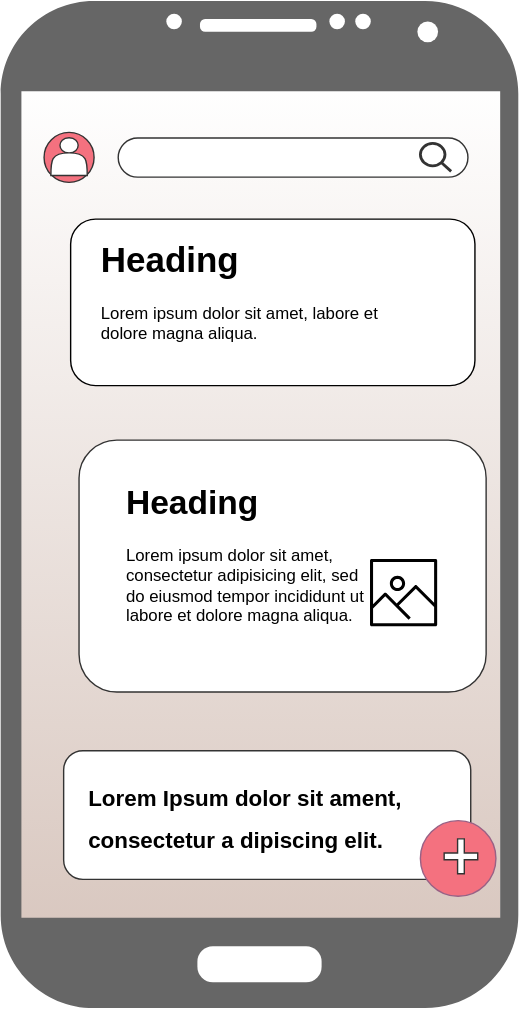
This is readmeAssets/mainView.svg from pranavm7/UniConnect, a draw.io export, as it was before one commit. Source tidied: cells renumbered, new cells last; positions are measured from the earlier drawing's top-left corner, leaving out a move shared by most shapes.
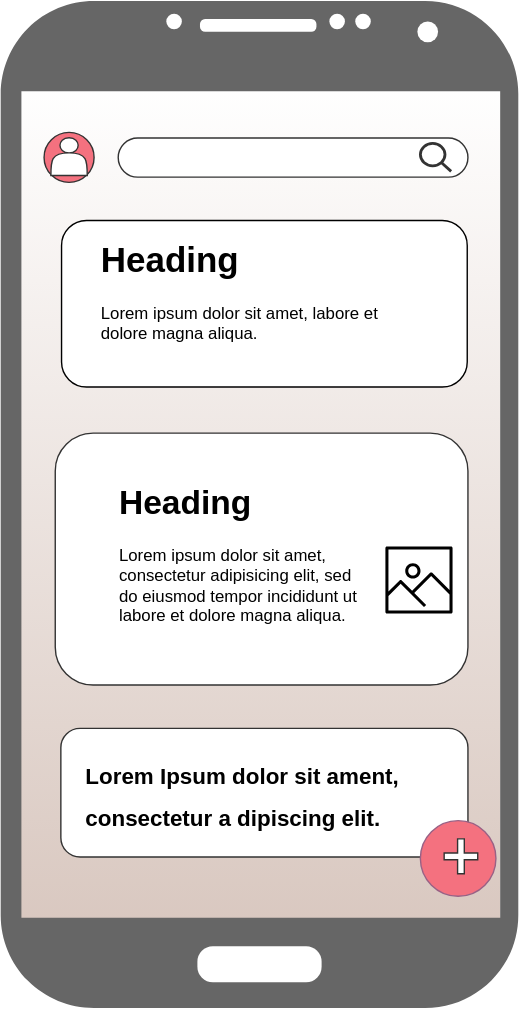
The same diagram one commit later.

Diff of the diagram source:
```diff
@@ -2,56 +2,56 @@
   <root>
     <mxCell id="0" />
     <mxCell id="1" parent="0" />
-    <mxCell id="2" style="rounded=0;whiteSpace=wrap;html=1;fontFamily=Helvetica;fontSize=25;fontColor=default;fillColor=#D9C8C0;gradientColor=#ffffff;strokeColor=none;gradientDirection=north;" parent="1" vertex="1">
-      <mxGeometry x="12" y="56" width="345" height="605" as="geometry" />
-    </mxCell>
-    <mxCell id="3" style="verticalLabelPosition=bottom;verticalAlign=top;html=1;shadow=0;dashed=0;strokeWidth=1;shape=mxgraph.android.phone2;strokeColor=none;fillColor=#666666;" parent="1" vertex="1">
-      <mxGeometry width="370" height="720" as="geometry" />
-    </mxCell>
-    <mxCell id="4" style="rounded=1;whiteSpace=wrap;html=1;strokeColor=default;fillColor=#FFFFFF;" parent="1" vertex="1">
-      <mxGeometry x="50" y="156" width="289" height="119" as="geometry" />
-    </mxCell>
-    <mxCell id="5" style="rounded=1;whiteSpace=wrap;html=1;strokeColor=#333333;fillColor=#FFFFFF;" parent="1" vertex="1">
-      <mxGeometry x="56" y="314" width="291" height="180" as="geometry" />
-    </mxCell>
-    <mxCell id="6" style="rounded=1;whiteSpace=wrap;html=1;strokeColor=#333333;fillColor=#FFFFFF;" parent="1" vertex="1">
-      <mxGeometry x="45" y="536" width="291" height="92" as="geometry" />
-    </mxCell>
+    <mxCell id="19" style="rounded=0;whiteSpace=wrap;html=1;fontFamily=Helvetica;fontSize=25;fontColor=default;fillColor=#D9C8C0;gradientColor=#ffffff;strokeColor=none;gradientDirection=north;" parent="1" vertex="1">
+      <mxGeometry x="-58" y="-44" width="345" height="605" as="geometry" />
+    </mxCell>
+    <mxCell id="20" style="verticalLabelPosition=bottom;verticalAlign=top;html=1;shadow=0;dashed=0;strokeWidth=1;shape=mxgraph.android.phone2;strokeColor=none;fillColor=#666666;" parent="1" vertex="1">
+      <mxGeometry x="-70" y="-100" width="370" height="720" as="geometry" />
+    </mxCell>
+    <mxCell id="21" style="rounded=1;whiteSpace=wrap;html=1;strokeColor=default;fillColor=#FFFFFF;" parent="1" vertex="1">
+      <mxGeometry x="-26.5" y="57" width="290" height="119" as="geometry" />
+    </mxCell>
+    <mxCell id="22" style="rounded=1;whiteSpace=wrap;html=1;strokeColor=#333333;fillColor=#FFFFFF;" parent="1" vertex="1">
+      <mxGeometry x="-31" y="209" width="295" height="180" as="geometry" />
+    </mxCell>
+    <mxCell id="23" style="rounded=1;whiteSpace=wrap;html=1;strokeColor=#333333;fillColor=#FFFFFF;" parent="1" vertex="1">
+      <mxGeometry x="-27" y="420" width="291" height="92" as="geometry" />
+    </mxCell>
     <mxCell id="7" value="&lt;h1&gt;Heading&lt;/h1&gt;&lt;p&gt;Lorem ipsum dolor sit amet, consectetur adipisicing elit, sed do eiusmod tempor incididunt ut labore et dolore magna aliqua.&lt;/p&gt;" style="text;html=1;strokeColor=none;fillColor=#FFFFFF;spacing=5;spacingTop=-20;whiteSpace=wrap;overflow=hidden;rounded=0;" parent="1" vertex="1">
-      <mxGeometry x="85" y="339" width="190" height="120" as="geometry" />
+      <mxGeometry x="10" y="239" width="190" height="120" as="geometry" />
     </mxCell>
     <mxCell id="8" value="&lt;h1&gt;&lt;font style=&quot;font-size: 25px&quot;&gt;Heading&lt;/font&gt;&lt;/h1&gt;&lt;p&gt;Lorem ipsum dolor sit amet, labore et dolore magna aliqua.&lt;/p&gt;" style="text;html=1;spacing=5;spacingTop=-20;whiteSpace=wrap;overflow=hidden;rounded=0;fillColor=default;" parent="1" vertex="1">
-      <mxGeometry x="67" y="164" width="225" height="105" as="geometry" />
+      <mxGeometry x="-3" y="64" width="225" height="105" as="geometry" />
     </mxCell>
     <mxCell id="9" value="&lt;p style=&quot;line-height: 0.9&quot;&gt;&lt;/p&gt;&lt;div align=&quot;left&quot;&gt;&lt;b&gt;&lt;font style=&quot;font-size: 16px&quot;&gt;Lorem Ipsum dolor sit ament, consectetur a dipiscing elit.&lt;/font&gt;&lt;/b&gt;&lt;br&gt;&lt;/div&gt;&lt;p&gt;&lt;/p&gt;" style="text;html=1;strokeColor=none;fillColor=#FFFFFF;align=left;verticalAlign=middle;whiteSpace=wrap;rounded=0;fontSize=25;" parent="1" vertex="1">
-      <mxGeometry x="61" y="543" width="255" height="75" as="geometry" />
+      <mxGeometry x="-11" y="427" width="255" height="75" as="geometry" />
     </mxCell>
-    <mxCell id="10" style="group;fillColor=none;gradientColor=none;strokeColor=none;" parent="1" vertex="1">
-      <mxGeometry x="31" y="94" width="35.8" height="35.8" as="geometry" />
-    </mxCell>
+    <mxCell id="24" style="group;fillColor=none;gradientColor=none;strokeColor=none;" parent="1" vertex="1">
+      <mxGeometry x="-39" y="-6" width="35.8" height="35.8" as="geometry" />
+    </mxCell>
-    <mxCell id="11" style="ellipse;whiteSpace=wrap;html=1;strokeColor=#333333;fillColor=#F4717F;rotation=-180;" parent="10" vertex="1">
+    <mxCell id="11" style="ellipse;whiteSpace=wrap;html=1;strokeColor=#333333;fillColor=#F4717F;rotation=-180;" parent="24" vertex="1">
       <mxGeometry width="35.8" height="35.8" as="geometry" />
     </mxCell>
-    <mxCell id="12" style="shape=actor;whiteSpace=wrap;html=1;strokeColor=#333333;fillColor=#FFFFFF;" parent="10" vertex="1">
+    <mxCell id="12" style="shape=actor;whiteSpace=wrap;html=1;strokeColor=#333333;fillColor=#FFFFFF;" parent="24" vertex="1">
       <mxGeometry x="4.9" y="3.9" width="26" height="27" as="geometry" />
     </mxCell>
-    <mxCell id="13" style="ellipse;whiteSpace=wrap;html=1;strokeColor=#996185;fillColor=#F4717F;gradientColor=none;" parent="1" vertex="1">
-      <mxGeometry x="300" y="586" width="54" height="54" as="geometry" />
-    </mxCell>
-    <mxCell id="14" style="shape=cross;whiteSpace=wrap;html=1;strokeColor=#333333;fillColor=#FFFFFF;" parent="1" vertex="1">
-      <mxGeometry x="317" y="599" width="24" height="25" as="geometry" />
-    </mxCell>
-    <mxCell id="15" style="group;fillColor=none;gradientColor=none;strokeColor=none;" parent="1" vertex="1">
-      <mxGeometry x="84" y="97.9" width="250" height="28.1" as="geometry" />
-    </mxCell>
+    <mxCell id="25" style="ellipse;whiteSpace=wrap;html=1;strokeColor=#996185;fillColor=#F4717F;gradientColor=none;" parent="1" vertex="1">
+      <mxGeometry x="230" y="486" width="54" height="54" as="geometry" />
+    </mxCell>
+    <mxCell id="26" style="shape=cross;whiteSpace=wrap;html=1;strokeColor=#333333;fillColor=#FFFFFF;" parent="1" vertex="1">
+      <mxGeometry x="247" y="499" width="24" height="25" as="geometry" />
+    </mxCell>
+    <mxCell id="27" style="group;fillColor=none;gradientColor=none;strokeColor=none;" parent="1" vertex="1">
+      <mxGeometry x="14" y="-2.1" width="250" height="28.1" as="geometry" />
+    </mxCell>
-    <mxCell id="16" style="rounded=1;whiteSpace=wrap;html=1;strokeColor=#333333;fillColor=default;arcSize=50;" parent="15" vertex="1">
+    <mxCell id="16" style="rounded=1;whiteSpace=wrap;html=1;strokeColor=#333333;fillColor=default;arcSize=50;" parent="27" vertex="1">
       <mxGeometry y="0.1" width="250" height="28" as="geometry" />
     </mxCell>
-    <mxCell id="17" style="html=1;verticalLabelPosition=bottom;align=center;labelBackgroundColor=#ffffff;verticalAlign=top;strokeWidth=2;strokeColor=#333333;shadow=0;dashed=0;shape=mxgraph.ios7.icons.looking_glass;fillColor=#FFFFFF;" parent="15" vertex="1">
+    <mxCell id="17" style="html=1;verticalLabelPosition=bottom;align=center;labelBackgroundColor=#ffffff;verticalAlign=top;strokeWidth=2;strokeColor=#333333;shadow=0;dashed=0;shape=mxgraph.ios7.icons.looking_glass;fillColor=#FFFFFF;" parent="27" vertex="1">
       <mxGeometry x="216" y="4" width="22" height="20" as="geometry" />
     </mxCell>
-    <mxCell id="18" style="sketch=0;fontColor=#232F3E;gradientColor=none;fillColor=#000000;strokeColor=none;dashed=0;verticalLabelPosition=bottom;verticalAlign=top;align=center;html=1;fontSize=12;fontStyle=0;shape=mxgraph.aws4.container_registry_image;" parent="1" vertex="1">
-      <mxGeometry x="264" y="399" width="48" height="48" as="geometry" />
-    </mxCell>
+    <mxCell id="28" style="sketch=0;fontColor=#232F3E;gradientColor=none;fillColor=#000000;strokeColor=none;dashed=0;verticalLabelPosition=bottom;verticalAlign=top;align=center;html=1;fontSize=12;fontStyle=0;shape=mxgraph.aws4.container_registry_image;" parent="1" vertex="1">
+      <mxGeometry x="205" y="290" width="48" height="48" as="geometry" />
+    </mxCell>
   </root>
 </mxGraphModel>
```
